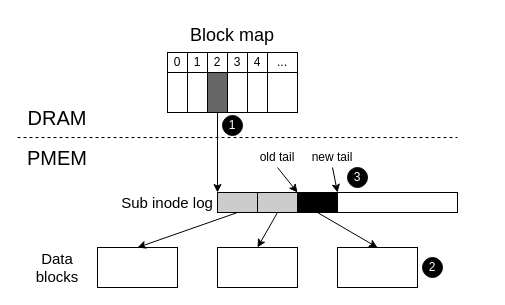
Earlier version of the draw.io diagram NOVA/filewrite.drawio (Icarusradio/Pictures). Source tidied: cells renumbered, new cells numbered last; positions are measured from the earlier drawing's top-left corner, leaving out a move shared by most shapes. Both pictures are drawn from the tidied source at 100%, with x=0, y=0 at pixel (17, 17).
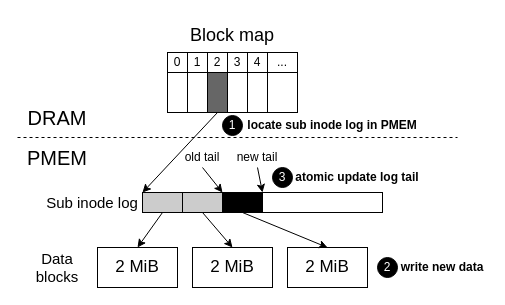
After the change.

Diff of the diagram source:
```diff
@@
     <mxCell id="17" style="rounded=0;whiteSpace=wrap;html=1;fillColor=#CCCCCC;" parent="1" vertex="1">
-      <mxGeometry x="200" y="175" width="40" height="20" as="geometry" />
+      <mxGeometry x="125" y="175" width="40" height="20" as="geometry" />
     </mxCell>
     <mxCell id="18" style="rounded=0;whiteSpace=wrap;html=1;fillColor=#CCCCCC;" parent="1" vertex="1">
-      <mxGeometry x="240" y="175" width="40" height="20" as="geometry" />
+      <mxGeometry x="165" y="175" width="40" height="20" as="geometry" />
     </mxCell>
     <mxCell id="19" style="rounded=0;whiteSpace=wrap;html=1;fillColor=#000000;" parent="1" vertex="1">
-      <mxGeometry x="280" y="175" width="40" height="20" as="geometry" />
+      <mxGeometry x="205" y="175" width="40" height="20" as="geometry" />
     </mxCell>
     <mxCell id="20" style="rounded=0;whiteSpace=wrap;html=1;" parent="1" vertex="1">
-      <mxGeometry x="320" y="175" width="120" height="20" as="geometry" />
+      <mxGeometry x="245" y="175" width="120" height="20" as="geometry" />
     </mxCell>
@@
     <mxCell id="22" value="&lt;font style=&quot;font-size: 15px;&quot;&gt;Sub inode log&lt;/font&gt;" style="rounded=0;whiteSpace=wrap;html=1;fillColor=none;strokeColor=none;" parent="1" vertex="1">
-      <mxGeometry x="90" y="175" width="120" height="20" as="geometry" />
+      <mxGeometry x="15" y="175" width="120" height="20" as="geometry" />
     </mxCell>
     <mxCell id="23" value="&lt;font style=&quot;font-size: 12px;&quot;&gt;old tail&lt;/font&gt;" style="rounded=0;whiteSpace=wrap;html=1;fillColor=none;strokeColor=none;" parent="1" vertex="1">
-      <mxGeometry x="240" y="130" width="40" height="20" as="geometry" />
+      <mxGeometry x="165" y="130" width="40" height="20" as="geometry" />
     </mxCell>
     <mxCell id="24" value="&lt;font style=&quot;font-size: 12px;&quot;&gt;new tail&lt;/font&gt;" style="rounded=0;whiteSpace=wrap;html=1;fillColor=none;strokeColor=none;" parent="1" vertex="1">
-      <mxGeometry x="290" y="130" width="50" height="20" as="geometry" />
+      <mxGeometry x="215" y="130" width="50" height="20" as="geometry" />
     </mxCell>
@@
-    <mxCell id="27" style="rounded=0;whiteSpace=wrap;html=1;fillColor=none;" parent="1" vertex="1">
+    <mxCell id="27" value="&lt;font style=&quot;font-size: 17px;&quot;&gt;2 MiB&lt;/font&gt;" style="rounded=0;whiteSpace=wrap;html=1;fillColor=none;" parent="1" vertex="1">
       <mxGeometry x="80" y="230" width="80" height="40" as="geometry" />
     </mxCell>
-    <mxCell id="28" style="rounded=0;whiteSpace=wrap;html=1;fillColor=none;" parent="1" vertex="1">
-      <mxGeometry x="200" y="230" width="80" height="40" as="geometry" />
-    </mxCell>
-    <mxCell id="29" style="rounded=0;whiteSpace=wrap;html=1;fillColor=none;" parent="1" vertex="1">
-      <mxGeometry x="320" y="230" width="80" height="40" as="geometry" />
-    </mxCell>
@@
-    <mxCell id="31" style="endArrow=classic;html=1;rounded=0;exitX=0.5;exitY=1;exitDx=0;exitDy=0;entryX=0.5;entryY=0;entryDx=0;entryDy=0;" parent="1" edge="1" source="18" target="28">
+    <mxCell id="31" style="endArrow=classic;html=1;rounded=0;exitX=0.5;exitY=1;exitDx=0;exitDy=0;entryX=0.5;entryY=0;entryDx=0;entryDy=0;" parent="1" edge="1" source="18" target="39">
       <mxGeometry relative="1" as="geometry" />
     </mxCell>
-    <mxCell id="32" style="endArrow=classic;html=1;rounded=0;exitX=0.5;exitY=1;exitDx=0;exitDy=0;entryX=0.5;entryY=0;entryDx=0;entryDy=0;" parent="1" edge="1" source="19" target="29">
+    <mxCell id="32" style="endArrow=classic;html=1;rounded=0;exitX=0.5;exitY=1;exitDx=0;exitDy=0;entryX=0.5;entryY=0;entryDx=0;entryDy=0;" parent="1" edge="1" source="19" target="40">
       <mxGeometry relative="1" as="geometry" />
     </mxCell>
@@
     <mxCell id="36" value="&lt;font color=&quot;#ffffff&quot;&gt;2&lt;/font&gt;" style="ellipse;whiteSpace=wrap;html=1;fillColor=#000000;" parent="1" vertex="1">
-      <mxGeometry x="405" y="240" width="20" height="20" as="geometry" />
+      <mxGeometry x="360" y="240" width="20" height="20" as="geometry" />
     </mxCell>
     <mxCell id="37" value="&lt;font color=&quot;#ffffff&quot;&gt;3&lt;/font&gt;" style="ellipse;whiteSpace=wrap;html=1;fillColor=#000000;" parent="1" vertex="1">
-      <mxGeometry x="330" y="150" width="20" height="20" as="geometry" />
+      <mxGeometry x="255" y="150" width="20" height="20" as="geometry" />
     </mxCell>
+    <mxCell id="38" value="&lt;font style=&quot;font-size: 12px;&quot;&gt;&lt;b&gt;locate sub inode log in PMEM&lt;/b&gt;&lt;/font&gt;" style="rounded=0;whiteSpace=wrap;html=1;fillColor=none;strokeColor=none;" parent="1" vertex="1">
+      <mxGeometry x="225" y="99" width="180" height="18" as="geometry" />
+    </mxCell>
+    <mxCell id="39" value="&lt;font style=&quot;font-size: 17px;&quot;&gt;2 MiB&lt;/font&gt;" style="rounded=0;whiteSpace=wrap;html=1;fillColor=none;" parent="1" vertex="1">
+      <mxGeometry x="175" y="230" width="80" height="40" as="geometry" />
+    </mxCell>
+    <mxCell id="40" value="&lt;font style=&quot;font-size: 17px;&quot;&gt;2 MiB&lt;/font&gt;" style="rounded=0;whiteSpace=wrap;html=1;fillColor=none;" parent="1" vertex="1">
+      <mxGeometry x="270" y="230" width="80" height="40" as="geometry" />
+    </mxCell>
+    <mxCell id="41" value="&lt;b&gt;atomic update log tail&lt;/b&gt;" style="rounded=0;whiteSpace=wrap;html=1;fillColor=none;strokeColor=none;" parent="1" vertex="1">
+      <mxGeometry x="275" y="151" width="130" height="18" as="geometry" />
+    </mxCell>
+    <mxCell id="42" value="&lt;b&gt;write new data&lt;/b&gt;" style="rounded=0;whiteSpace=wrap;html=1;fillColor=none;strokeColor=none;" parent="1" vertex="1">
+      <mxGeometry x="380" y="241" width="90" height="18" as="geometry" />
+    </mxCell>
```
